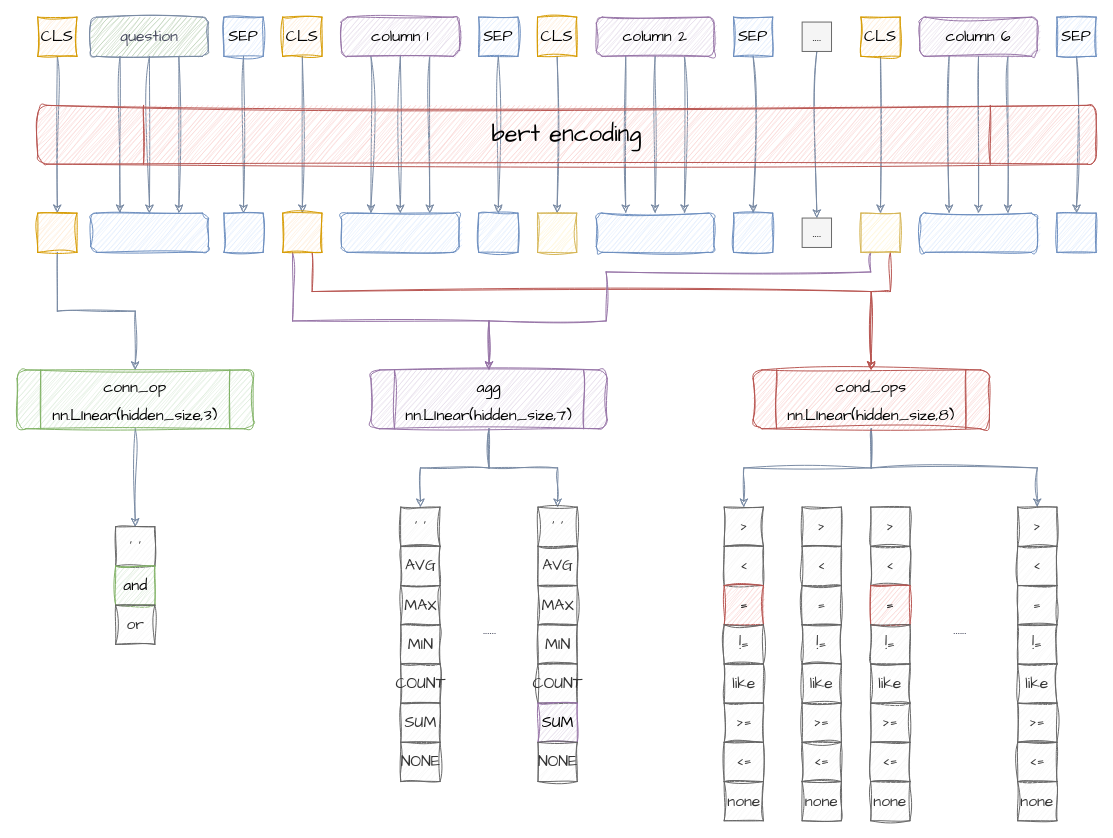
This is page "modelA-structure" (8 of 9) of doc/nl2sql.drawio from WECENG/bert-nl2sql, a draw.io file, before an edit. Source tidied: cells renumbered, new cells numbered last; positions are measured from the earlier drawing's top-left corner, leaving out a move shared by most shapes. Both pictures are drawn from the tidied source at 98%, with x=0, y=0 at pixel (17, 17).
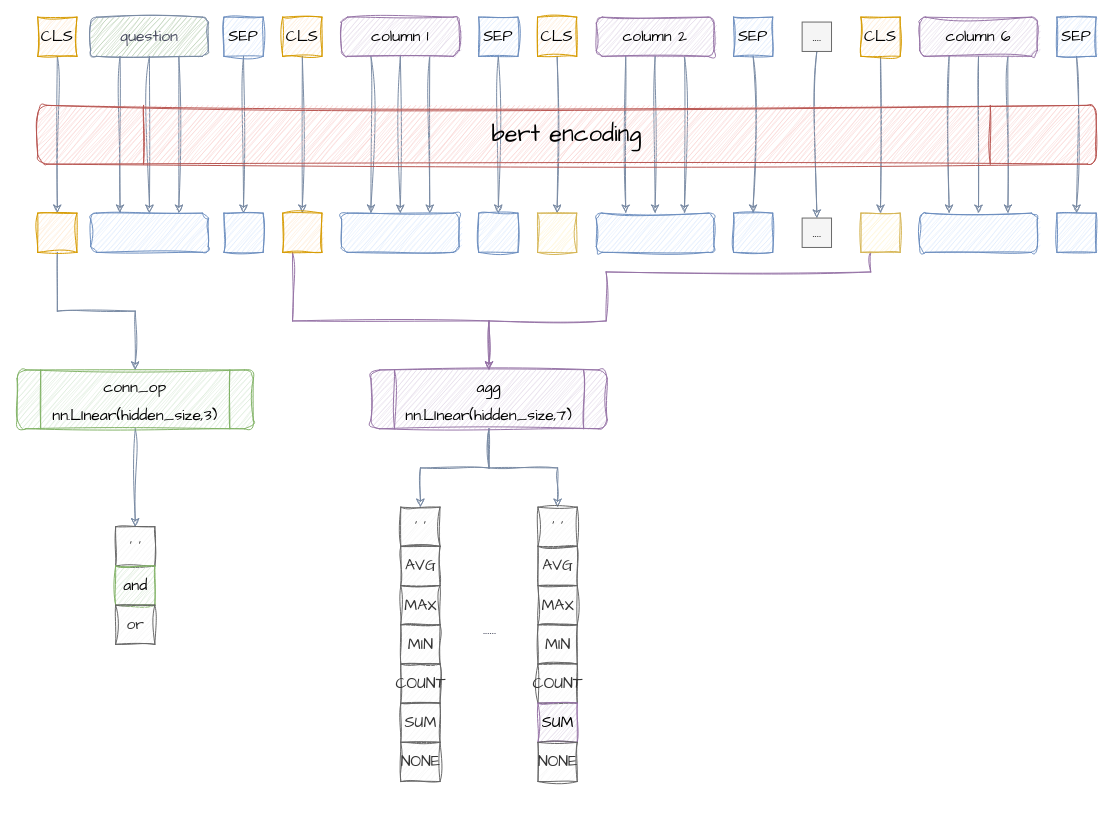
The same page after the edit.

Unchanged cells that the change refers to:
```xml
<mxCell id="43" style="whiteSpace=wrap;html=1;sketch=1;hachureGap=4;jiggle=2;curveFitting=1;strokeColor=#d79b00;fontFamily=Architects Daughter;fontSize=16;fillColor=#ffe6cc;" parent="1" vertex="1">
  <mxGeometry x="271" y="200" width="40" height="40" as="geometry" />
</mxCell>
<mxCell id="52" style="whiteSpace=wrap;html=1;sketch=1;hachureGap=4;jiggle=2;curveFitting=1;strokeColor=#d6b656;fontFamily=Architects Daughter;fontSize=16;fillColor=#fff2cc;" parent="1" vertex="1">
  <mxGeometry x="861" y="200" width="40" height="40" as="geometry" />
</mxCell>
```

Change to the diagram source:
```diff
@@
-    <mxCell id="42" style="edgeStyle=orthogonalEdgeStyle;rounded=0;sketch=1;hachureGap=4;jiggle=2;curveFitting=1;jettySize=auto;html=1;entryX=0.5;entryY=0;entryDx=0;entryDy=0;shadow=0;strokeColor=#b85450;fontFamily=Architects Daughter;fontSize=16;fontColor=#46495D;fillColor=#f8cecc;exitX=0.75;exitY=1;exitDx=0;exitDy=0;" parent="1" edge="1" source="43" target="80">
-      <mxGeometry relative="1" as="geometry">
-        <Array as="points">
-          <mxPoint x="301" y="280" />
-          <mxPoint x="872" y="280" />
-        </Array>
-      </mxGeometry>
-    </mxCell>
@@
-    <mxCell id="51" style="edgeStyle=orthogonalEdgeStyle;rounded=0;sketch=1;hachureGap=4;jiggle=2;curveFitting=1;jettySize=auto;html=1;entryX=0.5;entryY=0;entryDx=0;entryDy=0;shadow=0;strokeColor=#b85450;fontFamily=Architects Daughter;fontSize=16;fontColor=#46495D;fillColor=#f8cecc;exitX=0.75;exitY=1;exitDx=0;exitDy=0;" parent="1" edge="1" source="52" target="80">
-      <mxGeometry relative="1" as="geometry">
-        <Array as="points">
-          <mxPoint x="891" y="280" />
-          <mxPoint x="872" y="280" />
-        </Array>
-      </mxGeometry>
-    </mxCell>
@@
-    <mxCell id="78" style="edgeStyle=orthogonalEdgeStyle;rounded=0;sketch=1;hachureGap=4;jiggle=2;curveFitting=1;jettySize=auto;html=1;entryX=0.5;entryY=0;entryDx=0;entryDy=0;shadow=0;strokeColor=#788AA3;fontFamily=Architects Daughter;fontSize=16;fontColor=#46495D;fillColor=#B2C9AB;" parent="1" edge="1" source="80" target="81">
-      <mxGeometry relative="1" as="geometry" />
-    </mxCell>
-    <mxCell id="79" style="edgeStyle=orthogonalEdgeStyle;rounded=0;sketch=1;hachureGap=4;jiggle=2;curveFitting=1;jettySize=auto;html=1;shadow=0;strokeColor=#788AA3;fontFamily=Architects Daughter;fontSize=16;fontColor=#46495D;fillColor=#B2C9AB;exitX=0.5;exitY=1;exitDx=0;exitDy=0;entryX=0.5;entryY=0;entryDx=0;entryDy=0;" parent="1" edge="1" source="80" target="90">
-      <mxGeometry relative="1" as="geometry">
-        <Array as="points">
-          <mxPoint x="872" y="460" />
-          <mxPoint x="1041" y="460" />
-        </Array>
-      </mxGeometry>
-    </mxCell>
-    <mxCell id="80" value="&lt;font style=&quot;font-size: 16px;&quot;&gt;cond_ops&lt;br&gt;nn.LInear(hidden_size,8)&lt;/font&gt;" style="shape=process;whiteSpace=wrap;html=1;backgroundOutline=1;rounded=1;sketch=1;hachureGap=4;jiggle=2;curveFitting=1;strokeColor=#b85450;fontFamily=Architects Daughter;fontSize=24;fillColor=#f8cecc;" parent="1" vertex="1">
-      <mxGeometry x="751" y="360" width="241" height="60" as="geometry" />
-    </mxCell>
-    <mxCell id="81" value="&amp;gt;" style="whiteSpace=wrap;html=1;sketch=1;hachureGap=4;jiggle=2;curveFitting=1;strokeColor=#666666;fontFamily=Architects Daughter;fontSize=16;fillColor=#f5f5f5;fontColor=#333333;" parent="1" vertex="1">
-      <mxGeometry x="721.5" y="500" width="40" height="40" as="geometry" />
-    </mxCell>
-    <mxCell id="82" value="&amp;lt;" style="whiteSpace=wrap;html=1;sketch=1;hachureGap=4;jiggle=2;curveFitting=1;strokeColor=#666666;fontFamily=Architects Daughter;fontSize=16;fillColor=#f5f5f5;fontColor=#333333;" parent="1" vertex="1">
-      <mxGeometry x="721.5" y="540" width="40" height="40" as="geometry" />
-    </mxCell>
-    <mxCell id="83" value="=" style="whiteSpace=wrap;html=1;sketch=1;hachureGap=4;jiggle=2;curveFitting=1;strokeColor=#b85450;fontFamily=Architects Daughter;fontSize=16;fillColor=#f8cecc;" parent="1" vertex="1">
-      <mxGeometry x="721.5" y="580" width="40" height="40" as="geometry" />
-    </mxCell>
-    <mxCell id="84" value="!=" style="whiteSpace=wrap;html=1;sketch=1;hachureGap=4;jiggle=2;curveFitting=1;strokeColor=#666666;fontFamily=Architects Daughter;fontSize=16;fillColor=#f5f5f5;fontColor=#333333;" parent="1" vertex="1">
-      <mxGeometry x="721.5" y="620" width="40" height="40" as="geometry" />
-    </mxCell>
-    <mxCell id="85" value="like" style="whiteSpace=wrap;html=1;sketch=1;hachureGap=4;jiggle=2;curveFitting=1;strokeColor=#666666;fontFamily=Architects Daughter;fontSize=16;fillColor=#f5f5f5;fontColor=#333333;" parent="1" vertex="1">
-      <mxGeometry x="721.5" y="660" width="40" height="40" as="geometry" />
-    </mxCell>
-    <mxCell id="86" value="&amp;gt;=" style="whiteSpace=wrap;html=1;sketch=1;hachureGap=4;jiggle=2;curveFitting=1;strokeColor=#666666;fontFamily=Architects Daughter;fontSize=16;fillColor=#f5f5f5;fontColor=#333333;" parent="1" vertex="1">
-      <mxGeometry x="721.5" y="700" width="40" height="40" as="geometry" />
-    </mxCell>
-    <mxCell id="87" value="&amp;lt;=" style="whiteSpace=wrap;html=1;sketch=1;hachureGap=4;jiggle=2;curveFitting=1;strokeColor=#666666;fontFamily=Architects Daughter;fontSize=16;fillColor=#f5f5f5;fontColor=#333333;" parent="1" vertex="1">
-      <mxGeometry x="721.5" y="740" width="40" height="40" as="geometry" />
-    </mxCell>
-    <mxCell id="88" value="......" style="text;html=1;align=center;verticalAlign=middle;strokeColor=none;fillColor=none;fontSize=16;fontFamily=Architects Daughter;fontColor=#46495D;" parent="1" vertex="1">
-      <mxGeometry x="941.5" y="610" width="40" height="30" as="geometry" />
-    </mxCell>
-    <mxCell id="89" value="none" style="whiteSpace=wrap;html=1;sketch=1;hachureGap=4;jiggle=2;curveFitting=1;strokeColor=#666666;fontFamily=Architects Daughter;fontSize=16;fillColor=#f5f5f5;fontColor=#333333;" parent="1" vertex="1">
-      <mxGeometry x="721.5" y="780" width="40" height="40" as="geometry" />
-    </mxCell>
-    <mxCell id="90" value="&amp;gt;" style="whiteSpace=wrap;html=1;sketch=1;hachureGap=4;jiggle=2;curveFitting=1;strokeColor=#666666;fontFamily=Architects Daughter;fontSize=16;fillColor=#f5f5f5;fontColor=#333333;" parent="1" vertex="1">
-      <mxGeometry x="1021" y="500" width="40" height="40" as="geometry" />
-    </mxCell>
-    <mxCell id="91" value="&amp;lt;" style="whiteSpace=wrap;html=1;sketch=1;hachureGap=4;jiggle=2;curveFitting=1;strokeColor=#666666;fontFamily=Architects Daughter;fontSize=16;fillColor=#f5f5f5;fontColor=#333333;" parent="1" vertex="1">
-      <mxGeometry x="1021" y="540" width="40" height="40" as="geometry" />
-    </mxCell>
-    <mxCell id="92" value="=" style="whiteSpace=wrap;html=1;sketch=1;hachureGap=4;jiggle=2;curveFitting=1;strokeColor=#666666;fontFamily=Architects Daughter;fontSize=16;fillColor=#f5f5f5;fontColor=#333333;" parent="1" vertex="1">
-      <mxGeometry x="1021" y="580" width="40" height="40" as="geometry" />
-    </mxCell>
-    <mxCell id="93" value="!=" style="whiteSpace=wrap;html=1;sketch=1;hachureGap=4;jiggle=2;curveFitting=1;strokeColor=#666666;fontFamily=Architects Daughter;fontSize=16;fillColor=#f5f5f5;fontColor=#333333;" parent="1" vertex="1">
-      <mxGeometry x="1021" y="620" width="40" height="40" as="geometry" />
-    </mxCell>
-    <mxCell id="94" value="like" style="whiteSpace=wrap;html=1;sketch=1;hachureGap=4;jiggle=2;curveFitting=1;strokeColor=#666666;fontFamily=Architects Daughter;fontSize=16;fillColor=#f5f5f5;fontColor=#333333;" parent="1" vertex="1">
-      <mxGeometry x="1021" y="660" width="40" height="40" as="geometry" />
-    </mxCell>
-    <mxCell id="95" value="&amp;gt;=" style="whiteSpace=wrap;html=1;sketch=1;hachureGap=4;jiggle=2;curveFitting=1;strokeColor=#666666;fontFamily=Architects Daughter;fontSize=16;fillColor=#f5f5f5;fontColor=#333333;" parent="1" vertex="1">
-      <mxGeometry x="1021" y="700" width="40" height="40" as="geometry" />
-    </mxCell>
-    <mxCell id="96" value="&amp;lt;=" style="whiteSpace=wrap;html=1;sketch=1;hachureGap=4;jiggle=2;curveFitting=1;strokeColor=#666666;fontFamily=Architects Daughter;fontSize=16;fillColor=#f5f5f5;fontColor=#333333;" parent="1" vertex="1">
-      <mxGeometry x="1021" y="740" width="40" height="40" as="geometry" />
-    </mxCell>
-    <mxCell id="97" value="none" style="whiteSpace=wrap;html=1;sketch=1;hachureGap=4;jiggle=2;curveFitting=1;strokeColor=#666666;fontFamily=Architects Daughter;fontSize=16;fillColor=#f5f5f5;fontColor=#333333;" parent="1" vertex="1">
-      <mxGeometry x="1021" y="780" width="40" height="40" as="geometry" />
-    </mxCell>
-    <mxCell id="98" value="&amp;gt;" style="whiteSpace=wrap;html=1;sketch=1;hachureGap=4;jiggle=2;curveFitting=1;strokeColor=#666666;fontFamily=Architects Daughter;fontSize=16;fillColor=#f5f5f5;fontColor=#333333;" parent="1" vertex="1">
-      <mxGeometry x="801" y="500" width="40" height="40" as="geometry" />
-    </mxCell>
-    <mxCell id="99" value="&amp;lt;" style="whiteSpace=wrap;html=1;sketch=1;hachureGap=4;jiggle=2;curveFitting=1;strokeColor=#666666;fontFamily=Architects Daughter;fontSize=16;fillColor=#f5f5f5;fontColor=#333333;" parent="1" vertex="1">
-      <mxGeometry x="801" y="540" width="40" height="40" as="geometry" />
-    </mxCell>
-    <mxCell id="100" value="=" style="whiteSpace=wrap;html=1;sketch=1;hachureGap=4;jiggle=2;curveFitting=1;strokeColor=#666666;fontFamily=Architects Daughter;fontSize=16;fillColor=#f5f5f5;fontColor=#333333;" parent="1" vertex="1">
-      <mxGeometry x="801" y="580" width="40" height="40" as="geometry" />
-    </mxCell>
-    <mxCell id="101" value="!=" style="whiteSpace=wrap;html=1;sketch=1;hachureGap=4;jiggle=2;curveFitting=1;strokeColor=#666666;fontFamily=Architects Daughter;fontSize=16;fillColor=#f5f5f5;fontColor=#333333;" parent="1" vertex="1">
-      <mxGeometry x="801" y="620" width="40" height="40" as="geometry" />
-    </mxCell>
-    <mxCell id="102" value="like" style="whiteSpace=wrap;html=1;sketch=1;hachureGap=4;jiggle=2;curveFitting=1;strokeColor=#666666;fontFamily=Architects Daughter;fontSize=16;fillColor=#f5f5f5;fontColor=#333333;" parent="1" vertex="1">
-      <mxGeometry x="801" y="660" width="40" height="40" as="geometry" />
-    </mxCell>
-    <mxCell id="103" value="&amp;gt;=" style="whiteSpace=wrap;html=1;sketch=1;hachureGap=4;jiggle=2;curveFitting=1;strokeColor=#666666;fontFamily=Architects Daughter;fontSize=16;fillColor=#f5f5f5;fontColor=#333333;" parent="1" vertex="1">
-      <mxGeometry x="801" y="700" width="40" height="40" as="geometry" />
-    </mxCell>
-    <mxCell id="104" value="&amp;lt;=" style="whiteSpace=wrap;html=1;sketch=1;hachureGap=4;jiggle=2;curveFitting=1;strokeColor=#666666;fontFamily=Architects Daughter;fontSize=16;fillColor=#f5f5f5;fontColor=#333333;" parent="1" vertex="1">
-      <mxGeometry x="801" y="740" width="40" height="40" as="geometry" />
-    </mxCell>
-    <mxCell id="105" value="none" style="whiteSpace=wrap;html=1;sketch=1;hachureGap=4;jiggle=2;curveFitting=1;strokeColor=#666666;fontFamily=Architects Daughter;fontSize=16;fillColor=#f5f5f5;fontColor=#333333;" parent="1" vertex="1">
-      <mxGeometry x="801" y="780" width="40" height="40" as="geometry" />
-    </mxCell>
-    <mxCell id="106" value="&amp;gt;" style="whiteSpace=wrap;html=1;sketch=1;hachureGap=4;jiggle=2;curveFitting=1;strokeColor=#666666;fontFamily=Architects Daughter;fontSize=16;fillColor=#f5f5f5;fontColor=#333333;" parent="1" vertex="1">
-      <mxGeometry x="871" y="500" width="40" height="40" as="geometry" />
-    </mxCell>
-    <mxCell id="107" value="&amp;lt;" style="whiteSpace=wrap;html=1;sketch=1;hachureGap=4;jiggle=2;curveFitting=1;strokeColor=#666666;fontFamily=Architects Daughter;fontSize=16;fillColor=#f5f5f5;fontColor=#333333;" parent="1" vertex="1">
-      <mxGeometry x="871" y="540" width="40" height="40" as="geometry" />
-    </mxCell>
-    <mxCell id="108" value="=" style="whiteSpace=wrap;html=1;sketch=1;hachureGap=4;jiggle=2;curveFitting=1;strokeColor=#b85450;fontFamily=Architects Daughter;fontSize=16;fillColor=#f8cecc;" parent="1" vertex="1">
-      <mxGeometry x="871" y="580" width="40" height="40" as="geometry" />
-    </mxCell>
-    <mxCell id="109" value="!=" style="whiteSpace=wrap;html=1;sketch=1;hachureGap=4;jiggle=2;curveFitting=1;strokeColor=#666666;fontFamily=Architects Daughter;fontSize=16;fillColor=#f5f5f5;fontColor=#333333;" parent="1" vertex="1">
-      <mxGeometry x="871" y="620" width="40" height="40" as="geometry" />
-    </mxCell>
-    <mxCell id="110" value="like" style="whiteSpace=wrap;html=1;sketch=1;hachureGap=4;jiggle=2;curveFitting=1;strokeColor=#666666;fontFamily=Architects Daughter;fontSize=16;fillColor=#f5f5f5;fontColor=#333333;" parent="1" vertex="1">
-      <mxGeometry x="871" y="660" width="40" height="40" as="geometry" />
-    </mxCell>
-    <mxCell id="111" value="&amp;gt;=" style="whiteSpace=wrap;html=1;sketch=1;hachureGap=4;jiggle=2;curveFitting=1;strokeColor=#666666;fontFamily=Architects Daughter;fontSize=16;fillColor=#f5f5f5;fontColor=#333333;" parent="1" vertex="1">
-      <mxGeometry x="871" y="700" width="40" height="40" as="geometry" />
-    </mxCell>
-    <mxCell id="112" value="&amp;lt;=" style="whiteSpace=wrap;html=1;sketch=1;hachureGap=4;jiggle=2;curveFitting=1;strokeColor=#666666;fontFamily=Architects Daughter;fontSize=16;fillColor=#f5f5f5;fontColor=#333333;" parent="1" vertex="1">
-      <mxGeometry x="871" y="740" width="40" height="40" as="geometry" />
-    </mxCell>
-    <mxCell id="113" value="none" style="whiteSpace=wrap;html=1;sketch=1;hachureGap=4;jiggle=2;curveFitting=1;strokeColor=#666666;fontFamily=Architects Daughter;fontSize=16;fillColor=#f5f5f5;fontColor=#333333;" parent="1" vertex="1">
-      <mxGeometry x="871" y="780" width="40" height="40" as="geometry" />
-    </mxCell>
```
